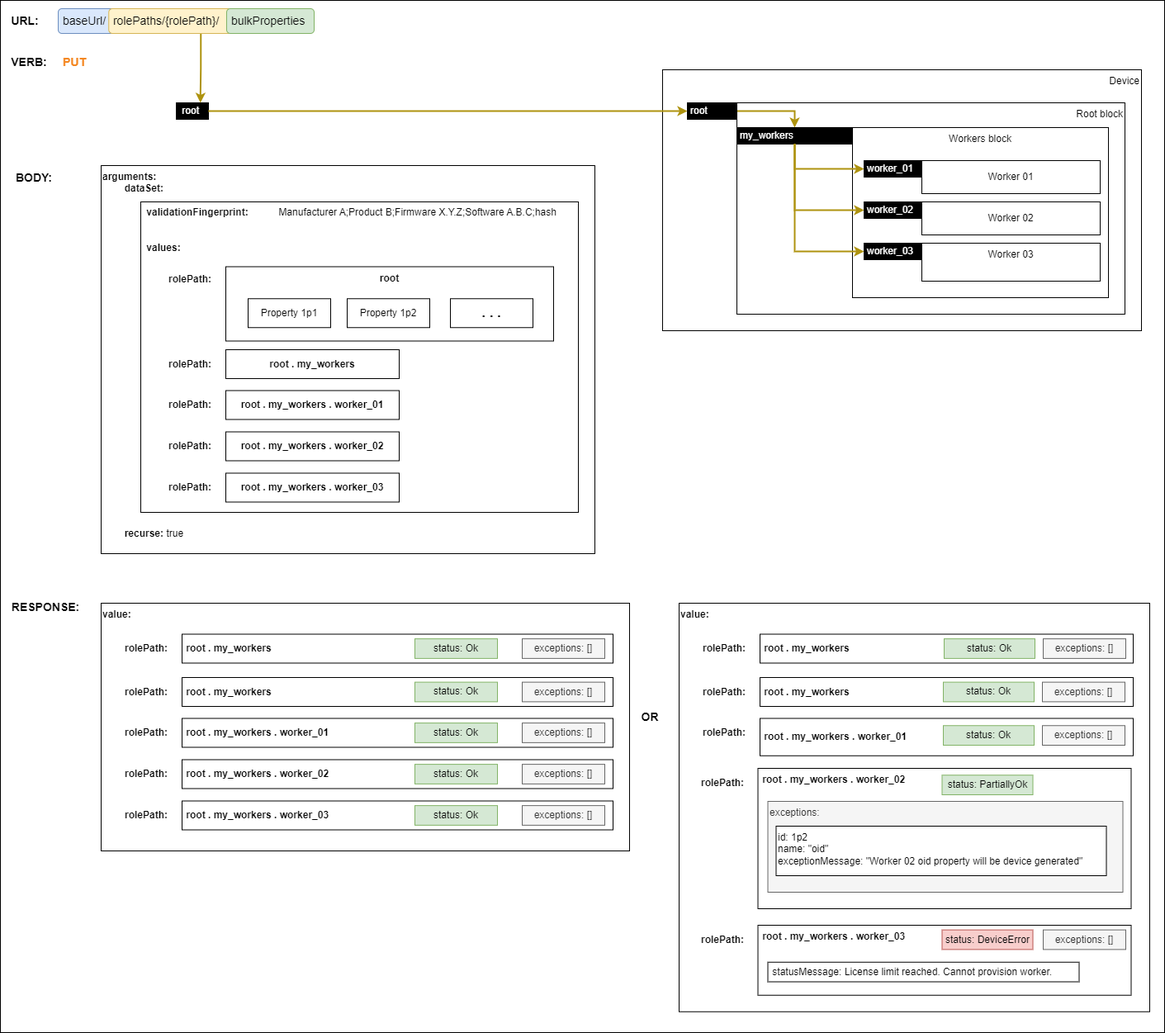
This is docs/images/restoring-full-backup.png from AMWA-TV/is-device-configuration, a draw.io export, as it was before one commit. Source tidied: cells renumbered, new cells last; positions are measured from the earlier drawing's top-left corner, leaving out a move shared by most shapes.
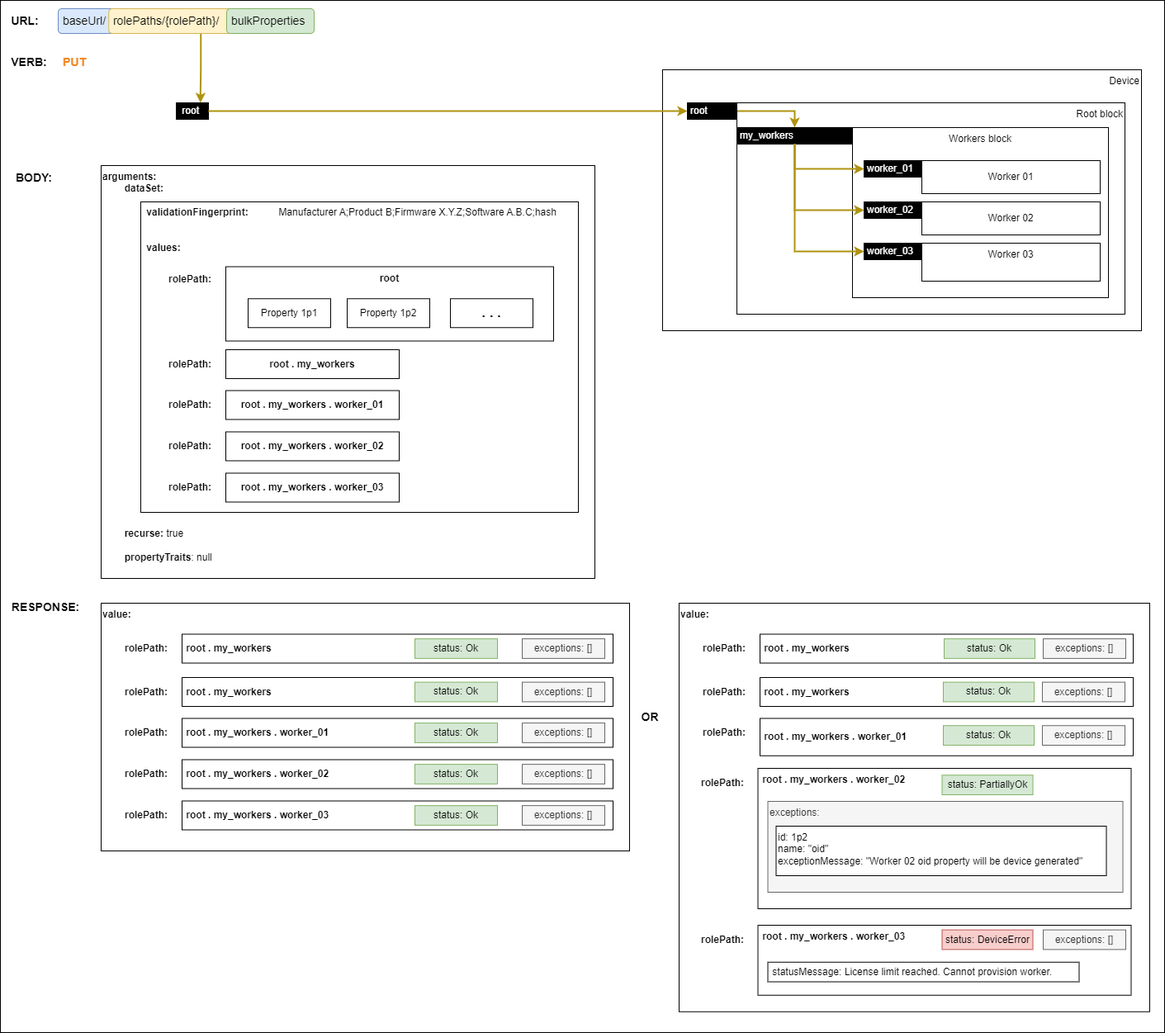
The same diagram one commit later.

Diff of the diagram source:
```diff
@@ -5,8 +5,8 @@
     <mxCell id="2" style="rounded=0;whiteSpace=wrap;html=1;" parent="1" vertex="1">
       <mxGeometry width="1410" height="1250" as="geometry" />
     </mxCell>
-    <mxCell id="3" value="&lt;div&gt;&lt;b&gt;arguments:&lt;/b&gt;&lt;/div&gt;&lt;div&gt;&lt;b&gt;&lt;span style=&quot;white-space: pre;&quot;&gt;&#9;&lt;/span&gt;dataSet:&lt;br&gt;&lt;/b&gt;&lt;/div&gt;&lt;div&gt;&lt;br&gt;&lt;/div&gt;&lt;div&gt;&lt;b&gt;&lt;span style=&quot;white-space: pre;&quot;&gt;&lt;span style=&quot;white-space: pre;&quot;&gt;&#9;&lt;/span&gt;&#9;&lt;/span&gt;validationFingerprint:&lt;/b&gt; &lt;span style=&quot;white-space: pre;&quot;&gt;&#9;&lt;/span&gt;&lt;span style=&quot;white-space: pre;&quot;&gt;&#9;&lt;/span&gt;Manufacturer A;Product B;Firmware X.Y.Z;Software A.B.C;hash&lt;br&gt;&lt;/div&gt;&lt;div&gt;&lt;br&gt;&lt;/div&gt;&lt;div&gt;&lt;br&gt;&lt;/div&gt;&lt;b&gt;&lt;span style=&quot;white-space: pre;&quot;&gt;&#9;&lt;span style=&quot;white-space: pre;&quot;&gt;&#9;&lt;/span&gt;&lt;/span&gt;values:&lt;/b&gt;&lt;div&gt;&lt;b&gt;&lt;br&gt;&lt;/b&gt;&lt;/div&gt;&lt;div&gt;&lt;b&gt;&lt;br&gt;&lt;/b&gt;&lt;/div&gt;&lt;div&gt;&lt;b&gt;&lt;br&gt;&lt;/b&gt;&lt;/div&gt;&lt;div&gt;&lt;b&gt;&lt;br&gt;&lt;/b&gt;&lt;/div&gt;&lt;div&gt;&lt;b&gt;&lt;br&gt;&lt;/b&gt;&lt;/div&gt;&lt;div&gt;&lt;b&gt;&lt;br&gt;&lt;/b&gt;&lt;/div&gt;&lt;div&gt;&lt;b&gt;&lt;br&gt;&lt;/b&gt;&lt;/div&gt;&lt;div&gt;&lt;b&gt;&lt;br&gt;&lt;/b&gt;&lt;/div&gt;&lt;div&gt;&lt;b&gt;&lt;br&gt;&lt;/b&gt;&lt;/div&gt;&lt;div&gt;&lt;b&gt;&lt;br&gt;&lt;/b&gt;&lt;/div&gt;&lt;div&gt;&lt;b&gt;&lt;br&gt;&lt;/b&gt;&lt;/div&gt;&lt;div&gt;&lt;b&gt;&lt;br&gt;&lt;/b&gt;&lt;/div&gt;&lt;div&gt;&lt;b&gt;&lt;br&gt;&lt;/b&gt;&lt;/div&gt;&lt;div&gt;&lt;b&gt;&lt;br&gt;&lt;/b&gt;&lt;/div&gt;&lt;div&gt;&lt;b&gt;&lt;br&gt;&lt;/b&gt;&lt;/div&gt;&lt;div&gt;&lt;b&gt;&lt;br&gt;&lt;/b&gt;&lt;/div&gt;&lt;div&gt;&lt;b&gt;&lt;br&gt;&lt;/b&gt;&lt;/div&gt;&lt;div&gt;&lt;b&gt;&lt;br&gt;&lt;/b&gt;&lt;/div&gt;&lt;div&gt;&lt;b&gt;&lt;br&gt;&lt;/b&gt;&lt;/div&gt;&lt;div&gt;&lt;b&gt;&lt;br&gt;&lt;/b&gt;&lt;/div&gt;&lt;div&gt;&lt;b&gt;&lt;br&gt;&lt;/b&gt;&lt;/div&gt;&lt;div&gt;&lt;b&gt;&lt;br&gt;&lt;/b&gt;&lt;/div&gt;&lt;div&gt;&lt;b&gt;&lt;br&gt;&lt;/b&gt;&lt;/div&gt;&lt;div&gt;&lt;b&gt;&lt;span style=&quot;white-space: pre;&quot;&gt;&#9;&lt;/span&gt;recurse:&lt;/b&gt; true&lt;/div&gt;" style="rounded=0;whiteSpace=wrap;html=1;align=left;verticalAlign=top;" parent="1" vertex="1">
-      <mxGeometry x="122" y="200" width="598" height="470" as="geometry" />
+    <mxCell id="3" value="&lt;div&gt;&lt;b&gt;arguments:&lt;/b&gt;&lt;/div&gt;&lt;div&gt;&lt;b&gt;&lt;span style=&quot;white-space: pre;&quot;&gt;&#9;&lt;/span&gt;dataSet:&lt;br&gt;&lt;/b&gt;&lt;/div&gt;&lt;div&gt;&lt;br&gt;&lt;/div&gt;&lt;div&gt;&lt;b&gt;&lt;span style=&quot;white-space: pre;&quot;&gt;&lt;span style=&quot;white-space: pre;&quot;&gt;&#9;&lt;/span&gt;&#9;&lt;/span&gt;validationFingerprint:&lt;/b&gt; &lt;span style=&quot;white-space: pre;&quot;&gt;&#9;&lt;/span&gt;&lt;span style=&quot;white-space: pre;&quot;&gt;&#9;&lt;/span&gt;Manufacturer A;Product B;Firmware X.Y.Z;Software A.B.C;hash&lt;br&gt;&lt;/div&gt;&lt;div&gt;&lt;br&gt;&lt;/div&gt;&lt;div&gt;&lt;br&gt;&lt;/div&gt;&lt;b&gt;&lt;span style=&quot;white-space: pre;&quot;&gt;&#9;&lt;span style=&quot;white-space: pre;&quot;&gt;&#9;&lt;/span&gt;&lt;/span&gt;values:&lt;/b&gt;&lt;div&gt;&lt;b&gt;&lt;br&gt;&lt;/b&gt;&lt;/div&gt;&lt;div&gt;&lt;b&gt;&lt;br&gt;&lt;/b&gt;&lt;/div&gt;&lt;div&gt;&lt;b&gt;&lt;br&gt;&lt;/b&gt;&lt;/div&gt;&lt;div&gt;&lt;b&gt;&lt;br&gt;&lt;/b&gt;&lt;/div&gt;&lt;div&gt;&lt;b&gt;&lt;br&gt;&lt;/b&gt;&lt;/div&gt;&lt;div&gt;&lt;b&gt;&lt;br&gt;&lt;/b&gt;&lt;/div&gt;&lt;div&gt;&lt;b&gt;&lt;br&gt;&lt;/b&gt;&lt;/div&gt;&lt;div&gt;&lt;b&gt;&lt;br&gt;&lt;/b&gt;&lt;/div&gt;&lt;div&gt;&lt;b&gt;&lt;br&gt;&lt;/b&gt;&lt;/div&gt;&lt;div&gt;&lt;b&gt;&lt;br&gt;&lt;/b&gt;&lt;/div&gt;&lt;div&gt;&lt;b&gt;&lt;br&gt;&lt;/b&gt;&lt;/div&gt;&lt;div&gt;&lt;b&gt;&lt;br&gt;&lt;/b&gt;&lt;/div&gt;&lt;div&gt;&lt;b&gt;&lt;br&gt;&lt;/b&gt;&lt;/div&gt;&lt;div&gt;&lt;b&gt;&lt;br&gt;&lt;/b&gt;&lt;/div&gt;&lt;div&gt;&lt;b&gt;&lt;br&gt;&lt;/b&gt;&lt;/div&gt;&lt;div&gt;&lt;b&gt;&lt;br&gt;&lt;/b&gt;&lt;/div&gt;&lt;div&gt;&lt;b&gt;&lt;br&gt;&lt;/b&gt;&lt;/div&gt;&lt;div&gt;&lt;b&gt;&lt;br&gt;&lt;/b&gt;&lt;/div&gt;&lt;div&gt;&lt;b&gt;&lt;br&gt;&lt;/b&gt;&lt;/div&gt;&lt;div&gt;&lt;b&gt;&lt;br&gt;&lt;/b&gt;&lt;/div&gt;&lt;div&gt;&lt;b&gt;&lt;br&gt;&lt;/b&gt;&lt;/div&gt;&lt;div&gt;&lt;b&gt;&lt;br&gt;&lt;/b&gt;&lt;/div&gt;&lt;div&gt;&lt;b&gt;&lt;br&gt;&lt;/b&gt;&lt;/div&gt;&lt;div&gt;&lt;b&gt;&lt;span style=&quot;white-space: pre;&quot;&gt;&#9;&lt;/span&gt;recurse:&lt;/b&gt; true&lt;/div&gt;&lt;div&gt;&lt;br&gt;&lt;/div&gt;&lt;div&gt;&lt;span style=&quot;white-space: pre;&quot;&gt;&#9;&lt;/span&gt;&lt;b style=&quot;background-color: initial;&quot;&gt;propertyTraits&lt;/b&gt;&lt;span style=&quot;background-color: initial;&quot;&gt;: null&lt;/span&gt;&lt;br&gt;&lt;/div&gt;" style="rounded=0;whiteSpace=wrap;html=1;align=left;verticalAlign=top;" parent="1" vertex="1">
+      <mxGeometry x="122" y="200" width="598" height="500" as="geometry" />
     </mxCell>
     <mxCell id="4" style="rounded=0;whiteSpace=wrap;html=1;fillColor=none;fontStyle=0;" parent="1" vertex="1">
       <mxGeometry x="170" y="244" width="530" height="376" as="geometry" />
```
